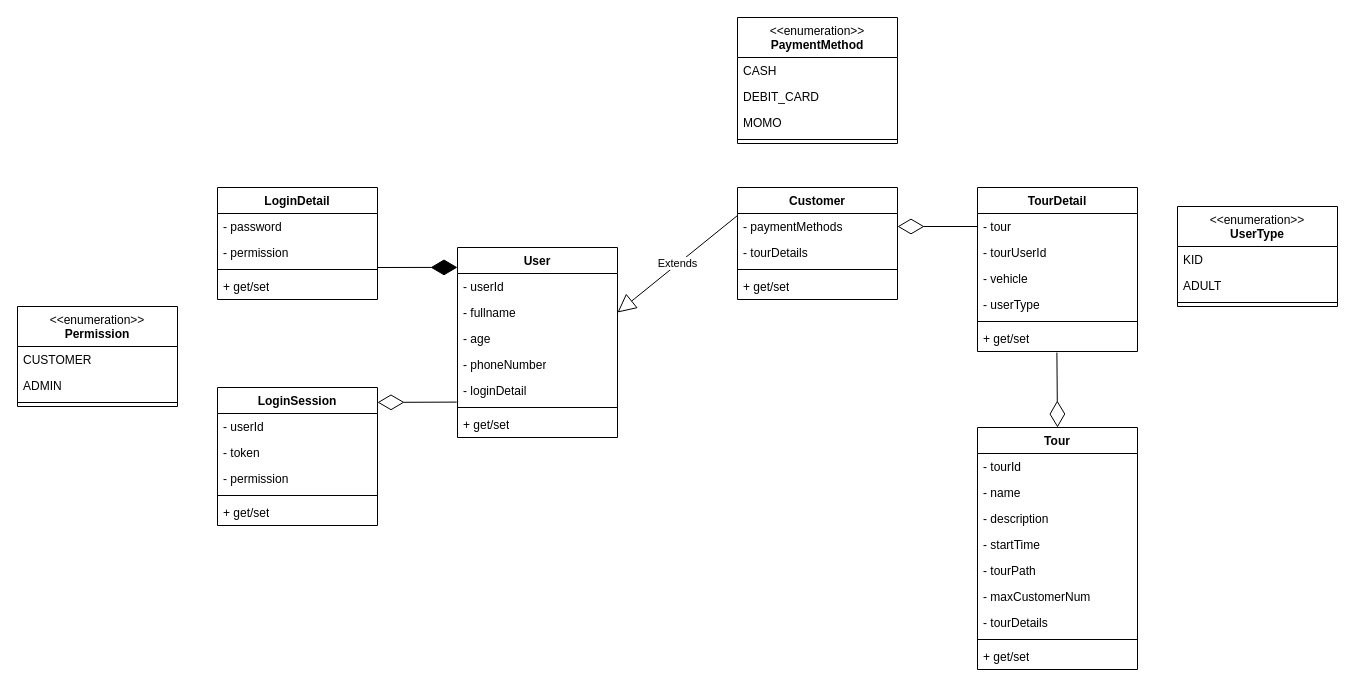
This is page "Class Diagram (Backend)" (3 of 7) of document/diagram.drawio from BlenDMinh/SaigonTour, a draw.io file, before an edit. Source tidied: cells renumbered, new cells numbered last; positions are measured from the earlier drawing's top-left corner, leaving out a move shared by most shapes. Both pictures are drawn from the tidied source at 100%, with x=0, y=0 at pixel (17, 17).
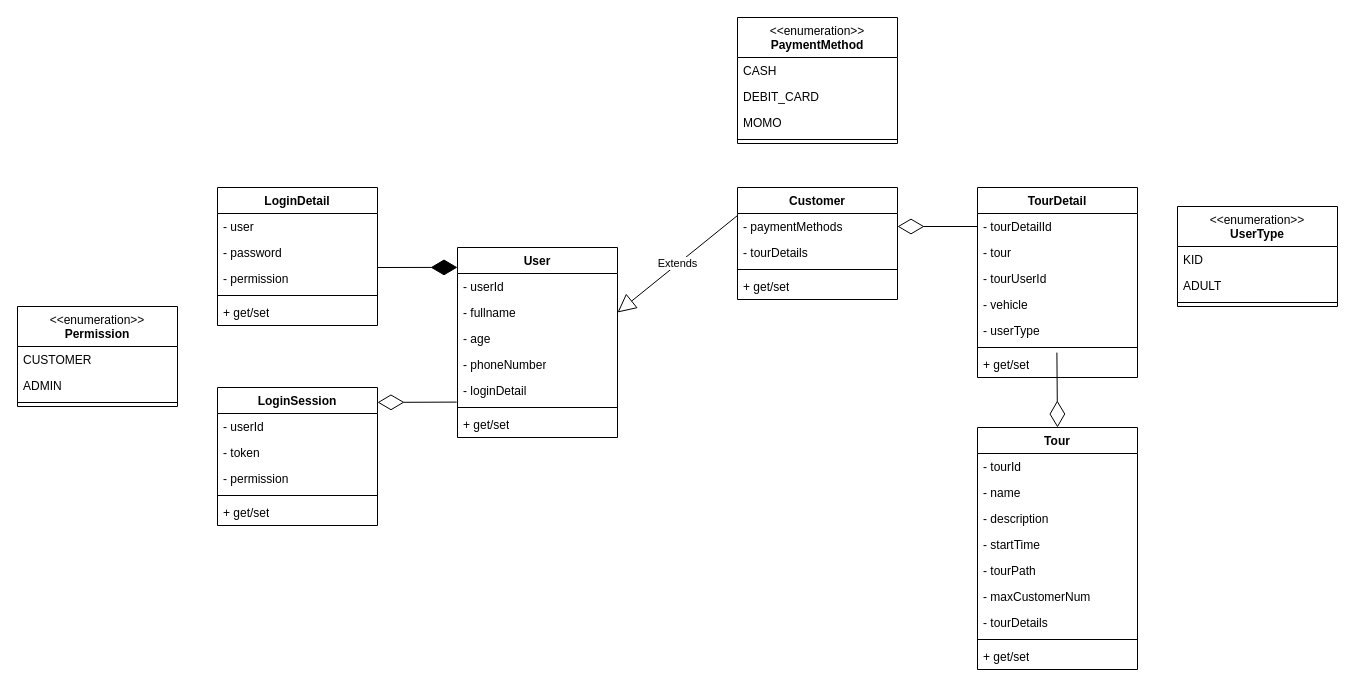
The same page after the edit.

Diff of the diagram source:
```diff
@@
     <mxCell id="17" value="LoginDetail" style="swimlane;fontStyle=1;align=center;verticalAlign=top;horizontal=1;startSize=26;whiteSpace=wrap;html=1;" parent="1" vertex="1">
-      <mxGeometry x="200" y="170" width="160" height="112" as="geometry" />
+      <mxGeometry x="200" y="170" width="160" height="138" as="geometry" />
     </mxCell>
+    <mxCell id="61" value="- user" style="text;strokeColor=none;fillColor=none;align=left;verticalAlign=top;spacingLeft=4;spacingRight=4;overflow=hidden;whiteSpace=wrap;html=1;" parent="17" vertex="1">
+      <mxGeometry y="26" width="160" height="26" as="geometry" />
+    </mxCell>
     <mxCell id="18" value="- password" style="text;strokeColor=none;fillColor=none;align=left;verticalAlign=top;spacingLeft=4;spacingRight=4;overflow=hidden;whiteSpace=wrap;html=1;" parent="17" vertex="1">
-      <mxGeometry y="26" width="160" height="26" as="geometry" />
+      <mxGeometry y="52" width="160" height="26" as="geometry" />
     </mxCell>
     <mxCell id="19" value="- permission" style="text;strokeColor=none;fillColor=none;align=left;verticalAlign=top;spacingLeft=4;spacingRight=4;overflow=hidden;whiteSpace=wrap;html=1;" parent="17" vertex="1">
-      <mxGeometry y="52" width="160" height="26" as="geometry" />
+      <mxGeometry y="78" width="160" height="26" as="geometry" />
     </mxCell>
     <mxCell id="20" style="line;strokeWidth=1;fillColor=none;align=left;verticalAlign=middle;spacingTop=-1;spacingLeft=3;spacingRight=3;labelPosition=right;strokeColor=inherit;" parent="17" vertex="1">
-      <mxGeometry y="78" width="160" height="8" as="geometry" />
+      <mxGeometry y="104" width="160" height="8" as="geometry" />
     </mxCell>
     <mxCell id="21" value="+ get/set" style="text;strokeColor=none;fillColor=none;align=left;verticalAlign=top;spacingLeft=4;spacingRight=4;overflow=hidden;whiteSpace=wrap;html=1;" parent="17" vertex="1">
-      <mxGeometry y="86" width="160" height="26" as="geometry" />
+      <mxGeometry y="112" width="160" height="26" as="geometry" />
     </mxCell>
@@
     <mxCell id="37" value="TourDetail" style="swimlane;fontStyle=1;align=center;verticalAlign=top;horizontal=1;startSize=26;whiteSpace=wrap;html=1;" parent="1" vertex="1">
-      <mxGeometry x="960" y="170" width="160" height="164" as="geometry" />
+      <mxGeometry x="960" y="170" width="160" height="190" as="geometry" />
     </mxCell>
+    <mxCell id="62" value="- tourDetailId" style="text;strokeColor=none;fillColor=none;align=left;verticalAlign=top;spacingLeft=4;spacingRight=4;overflow=hidden;whiteSpace=wrap;html=1;" parent="37" vertex="1">
+      <mxGeometry y="26" width="160" height="26" as="geometry" />
+    </mxCell>
     <mxCell id="38" value="- tour" style="text;strokeColor=none;fillColor=none;align=left;verticalAlign=top;spacingLeft=4;spacingRight=4;overflow=hidden;whiteSpace=wrap;html=1;" parent="37" vertex="1">
-      <mxGeometry y="26" width="160" height="26" as="geometry" />
+      <mxGeometry y="52" width="160" height="26" as="geometry" />
     </mxCell>
     <mxCell id="39" value="- tourUserId" style="text;strokeColor=none;fillColor=none;align=left;verticalAlign=top;spacingLeft=4;spacingRight=4;overflow=hidden;whiteSpace=wrap;html=1;" parent="37" vertex="1">
-      <mxGeometry y="52" width="160" height="26" as="geometry" />
+      <mxGeometry y="78" width="160" height="26" as="geometry" />
     </mxCell>
     <mxCell id="40" value="- vehicle" style="text;strokeColor=none;fillColor=none;align=left;verticalAlign=top;spacingLeft=4;spacingRight=4;overflow=hidden;whiteSpace=wrap;html=1;" parent="37" vertex="1">
-      <mxGeometry y="78" width="160" height="26" as="geometry" />
+      <mxGeometry y="104" width="160" height="26" as="geometry" />
     </mxCell>
     <mxCell id="41" value="- userType" style="text;strokeColor=none;fillColor=none;align=left;verticalAlign=top;spacingLeft=4;spacingRight=4;overflow=hidden;whiteSpace=wrap;html=1;" parent="37" vertex="1">
-      <mxGeometry y="104" width="160" height="26" as="geometry" />
+      <mxGeometry y="130" width="160" height="26" as="geometry" />
     </mxCell>
     <mxCell id="42" style="line;strokeWidth=1;fillColor=none;align=left;verticalAlign=middle;spacingTop=-1;spacingLeft=3;spacingRight=3;labelPosition=right;strokeColor=inherit;" parent="37" vertex="1">
-      <mxGeometry y="130" width="160" height="8" as="geometry" />
+      <mxGeometry y="156" width="160" height="8" as="geometry" />
     </mxCell>
     <mxCell id="43" value="+ get/set" style="text;strokeColor=none;fillColor=none;align=left;verticalAlign=top;spacingLeft=4;spacingRight=4;overflow=hidden;whiteSpace=wrap;html=1;" parent="37" vertex="1">
-      <mxGeometry y="138" width="160" height="26" as="geometry" />
+      <mxGeometry y="164" width="160" height="26" as="geometry" />
     </mxCell>
```
